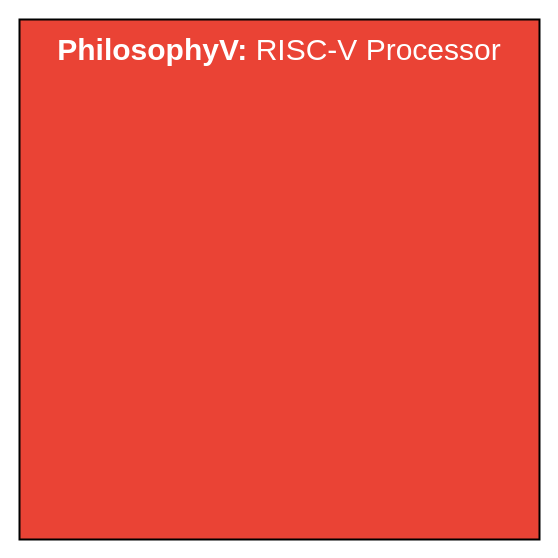
AnthonyKenny98/Thesis keeps this draw.io diagram as Writeups/4_Report/chapters/chapter1/img/systemDiagram.drawio. Above is the earlier version. Source tidied: cells renumbered, new cells numbered last; positions are measured from the earlier drawing's top-left corner, leaving out a move shared by most shapes. Both pictures are drawn from the tidied source at 100%, with x=0, y=0 at pixel (19, 19).
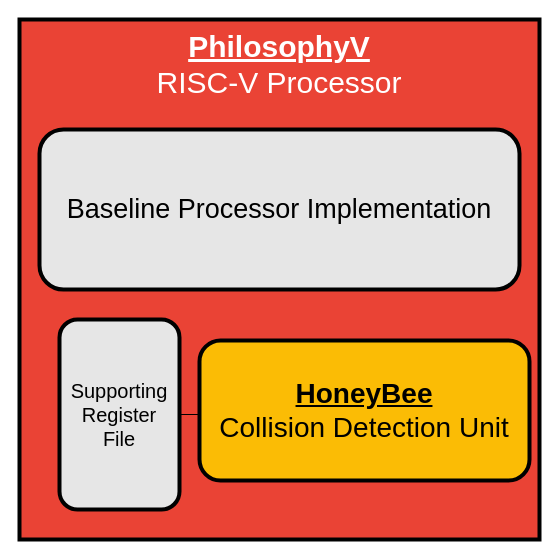
Above is the later version.

The edit, as a diff of the source:
```diff
@@
 <mxGraphModel>
   <root>
     <mxCell id="0" />
     <mxCell id="1" parent="0" />
-    <mxCell id="2" style="group;rounded=1;glass=0;shadow=0;" parent="1" vertex="1">
+    <mxCell id="2" style="group;rounded=1;glass=0;shadow=0;strokeWidth=3;" parent="1" vertex="1">
       <mxGeometry width="520" height="520" as="geometry" />
     </mxCell>
-    <mxCell id="3" style="whiteSpace=wrap;html=1;strokeColor=#000000;fillColor=#EA4335;strokeWidth=2;" parent="2" vertex="1">
+    <mxCell id="3" style="whiteSpace=wrap;html=1;strokeColor=#000000;fillColor=#EA4335;strokeWidth=4;" parent="2" vertex="1">
       <mxGeometry width="520" height="520" as="geometry" />
     </mxCell>
-    <mxCell id="4" value="&lt;font color=&quot;#ffffff&quot; size=&quot;1&quot;&gt;&lt;b style=&quot;font-size: 30px&quot;&gt;PhilosophyV: &lt;/b&gt;&lt;span style=&quot;font-size: 30px&quot;&gt;RISC-V Processor&lt;/span&gt;&lt;/font&gt;" style="text;html=1;strokeColor=none;fillColor=none;align=center;verticalAlign=middle;whiteSpace=wrap;rounded=0;" parent="2" vertex="1">
-      <mxGeometry y="20" width="520" height="20" as="geometry" />
+    <mxCell id="4" value="&lt;font color=&quot;#ffffff&quot; size=&quot;1&quot;&gt;&lt;b style=&quot;font-size: 30px&quot;&gt;&lt;u&gt;PhilosophyV&lt;br&gt;&lt;/u&gt;&lt;/b&gt;&lt;span style=&quot;font-size: 30px&quot;&gt;RISC-V Processor&lt;/span&gt;&lt;/font&gt;" style="text;html=1;strokeColor=none;fillColor=none;align=center;verticalAlign=middle;whiteSpace=wrap;rounded=0;" parent="2" vertex="1">
+      <mxGeometry width="520" height="90" as="geometry" />
     </mxCell>
+    <mxCell id="5" value="&lt;font style=&quot;font-size: 28px&quot;&gt;&lt;u style=&quot;font-weight: bold&quot;&gt;HoneyBee&lt;/u&gt;&lt;br&gt;Collision Detection Unit&lt;br&gt;&lt;/font&gt;" style="rounded=1;whiteSpace=wrap;html=1;shadow=0;glass=0;strokeColor=#000000;strokeWidth=4;fillColor=#FBBC05;" parent="2" vertex="1">
+      <mxGeometry x="180" y="321" width="330" height="140" as="geometry" />
+    </mxCell>
+    <mxCell id="6" value="&lt;font style=&quot;font-size: 27px&quot;&gt;Baseline Processor Implementation&lt;/font&gt;" style="rounded=1;whiteSpace=wrap;html=1;shadow=0;glass=0;strokeColor=#000000;strokeWidth=4;fillColor=#E6E6E6;" parent="2" vertex="1">
+      <mxGeometry x="20" y="110" width="480" height="160" as="geometry" />
+    </mxCell>
+    <mxCell id="7" style="edgeStyle=orthogonalEdgeStyle;rounded=0;jettySize=auto;html=1;exitX=1;exitY=0.5;exitDx=0;exitDy=0;entryX=0;entryY=0.5;entryDx=0;entryDy=0;endArrow=none;endFill=0;" parent="2" edge="1" source="8" target="5">
+      <mxGeometry relative="1" as="geometry" />
+    </mxCell>
+    <mxCell id="8" value="&lt;font style=&quot;font-size: 20px&quot;&gt;Supporting&lt;br&gt;Register&lt;br&gt;File&lt;br&gt;&lt;/font&gt;" style="rounded=1;whiteSpace=wrap;html=1;shadow=0;glass=0;strokeColor=#000000;strokeWidth=4;fillColor=#E6E6E6;" parent="2" vertex="1">
+      <mxGeometry x="40" y="300" width="120" height="190" as="geometry" />
+    </mxCell>
   </root>
 </mxGraphModel>
```
